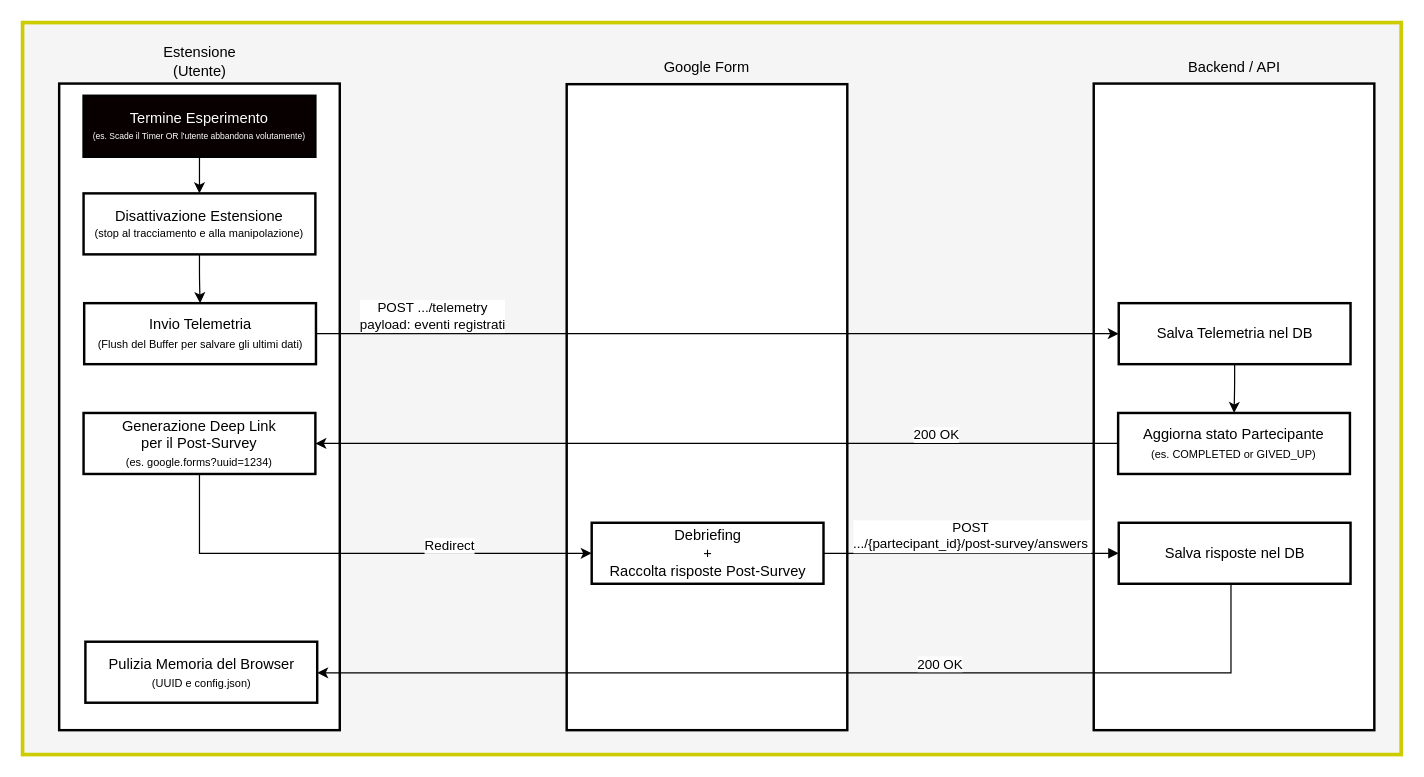
The draw.io diagram diagrams/deenrollment_flow.drawio in giamm025/iBEARer, before the edit. Source tidied: cells renumbered, new cells numbered last; positions are measured from the earlier drawing's top-left corner, leaving out a move shared by most shapes. Both pictures are drawn from the tidied source at 122%, with x=0, y=0 at pixel (22, 22).
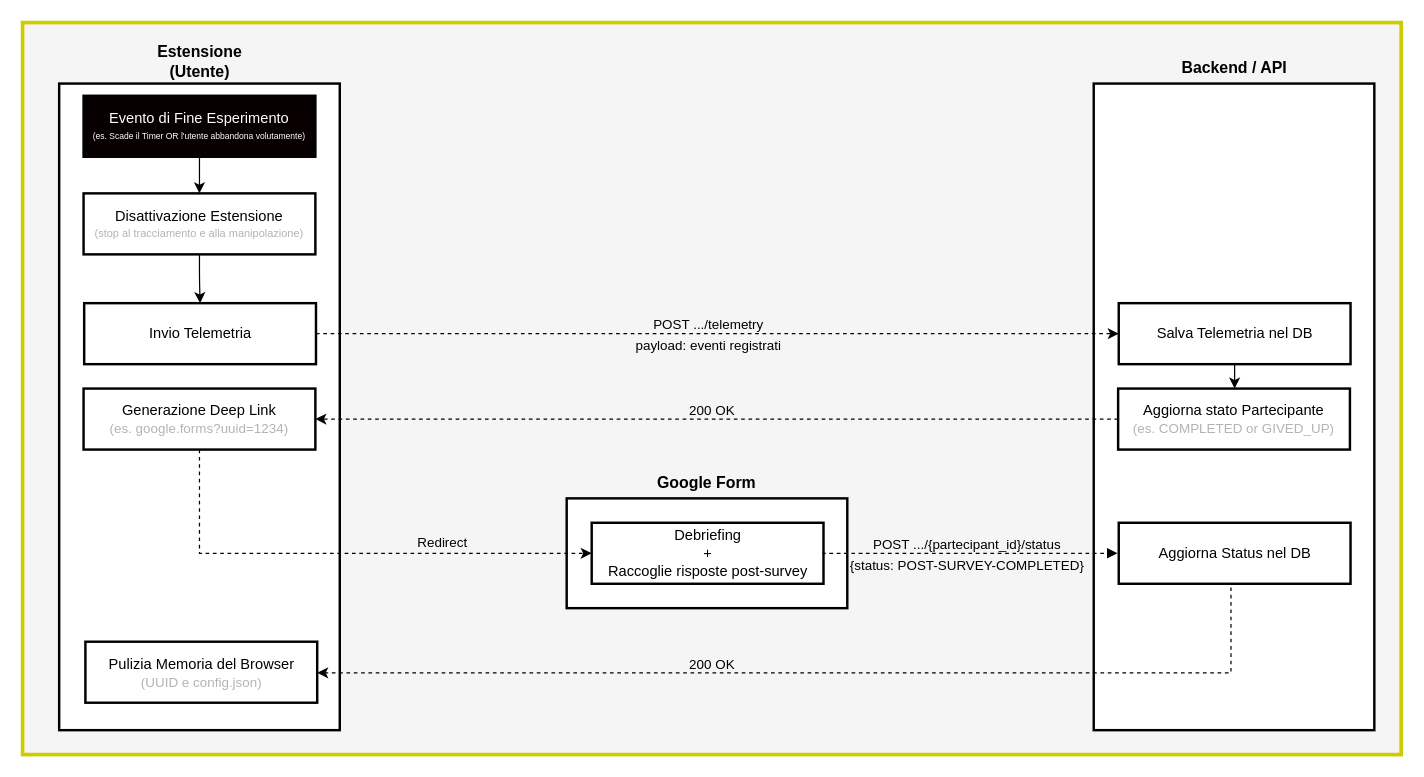
After the change.

Commit message (it also covers changes not shown here):
DIAG: Modifiche minori a deenrollment ed enrollment diagrams

The change refers to these unchanged cells:
```xml
<mxCell id="29" value="Salva Telemetria nel DB" style="whiteSpace=wrap;strokeWidth=2;rounded=0;" parent="1" vertex="1">
  <mxGeometry x="898.5" y="230" width="190" height="50" as="geometry" />
</mxCell>
```

Change to the diagram source:
```diff
@@
     <mxCell id="3" style="whiteSpace=wrap;strokeWidth=2;rounded=0;" parent="1" vertex="1">
-      <mxGeometry x="446" y="50.5" width="230" height="529.5" as="geometry" />
+      <mxGeometry x="446" y="390" width="230" height="90" as="geometry" />
     </mxCell>
@@
-    <mxCell id="5" value="Salva risposte nel DB" style="whiteSpace=wrap;strokeWidth=2;rounded=0;" parent="1" vertex="1">
+    <mxCell id="5" value="Aggiorna Status nel DB" style="whiteSpace=wrap;strokeWidth=2;rounded=0;" parent="1" vertex="1">
       <mxGeometry x="898.5" y="410" width="190" height="50" as="geometry" />
     </mxCell>
-    <mxCell id="6" value="Backend / API" style="text;html=1;whiteSpace=wrap;strokeColor=none;fillColor=none;align=center;verticalAlign=middle;rounded=0;" parent="1" vertex="1">
+    <mxCell id="6" value="&lt;b&gt;&lt;font style=&quot;font-size: 13px;&quot;&gt;Backend / API&lt;/font&gt;&lt;/b&gt;" style="text;html=1;whiteSpace=wrap;strokeColor=none;fillColor=none;align=center;verticalAlign=middle;rounded=0;" parent="1" vertex="1">
       <mxGeometry x="944.8" y="24" width="96.5" height="25.4" as="geometry" />
     </mxCell>
@@
-    <mxCell id="9" value="&lt;font style=&quot;font-size: 12px;&quot;&gt;Termine Esperimento&lt;/font&gt;&lt;br&gt;&lt;font style=&quot;font-size: 7px;&quot;&gt;(es. Scade il Timer OR l'utente abbandona volutamente)&lt;/font&gt;" style="whiteSpace=wrap;strokeWidth=2;fillColor=#080000;fontColor=#FFFFFF;rounded=0;fontSize=10;autosizeText=0;html=1;" parent="1" vertex="1">
+    <mxCell id="9" value="&lt;font style=&quot;font-size: 12px;&quot;&gt;Evento di Fine Esperimento&lt;/font&gt;&lt;br&gt;&lt;font style=&quot;font-size: 7px;&quot;&gt;(es. Scade il Timer OR l'utente abbandona volutamente)&lt;/font&gt;" style="whiteSpace=wrap;strokeWidth=2;fillColor=#080000;fontColor=#FFFFFF;rounded=0;fontSize=10;autosizeText=0;html=1;" parent="1" vertex="1">
       <mxGeometry x="50" y="60" width="190" height="50" as="geometry" />
     </mxCell>
-    <mxCell id="10" value="Estensione &lt;br&gt;(Utente)" style="text;html=1;whiteSpace=wrap;strokeColor=none;fillColor=none;align=center;verticalAlign=middle;rounded=0;" parent="1" vertex="1">
+    <mxCell id="10" value="&lt;font style=&quot;font-size: 13px;&quot;&gt;&lt;b&gt;Estensione &lt;br&gt;(Utente)&lt;/b&gt;&lt;/font&gt;" style="text;html=1;whiteSpace=wrap;strokeColor=none;fillColor=none;align=center;verticalAlign=middle;rounded=0;" parent="1" vertex="1">
       <mxGeometry x="72.5" y="16.5" width="145" height="30" as="geometry" />
     </mxCell>
@@
-    <mxCell id="12" value="&lt;font style=&quot;font-size: 12px;&quot;&gt;Disattivazione Estensione&lt;br&gt;&lt;/font&gt;&lt;font style=&quot;font-size: 9px;&quot;&gt;(stop al tracciamento e alla manipolazione)&lt;/font&gt;" style="whiteSpace=wrap;strokeWidth=2;rounded=0;fontSize=11;html=1;" parent="1" vertex="1">
+    <mxCell id="12" value="&lt;font style=&quot;font-size: 12px;&quot;&gt;Disattivazione Estensione&lt;br&gt;&lt;/font&gt;&lt;font style=&quot;font-size: 9px; color: rgb(179, 179, 179);&quot;&gt;(stop al tracciamento e alla manipolazione)&lt;/font&gt;" style="whiteSpace=wrap;strokeWidth=2;rounded=0;fontSize=11;html=1;" parent="1" vertex="1">
       <mxGeometry x="50" y="140" width="190" height="50" as="geometry" />
     </mxCell>
-    <mxCell id="13" style="jettySize=auto;html=1;entryX=0;entryY=0.5;entryDx=0;entryDy=0;" parent="1" edge="1" source="15" target="29">
+    <mxCell id="13" style="jettySize=auto;html=1;entryX=0;entryY=0.5;entryDx=0;entryDy=0;dashed=1;" parent="1" edge="1" source="15" target="29">
       <mxGeometry relative="1" as="geometry" />
     </mxCell>
-    <mxCell id="14" value="POST .../telemetry&lt;div&gt;payload: eventi registrati&lt;/div&gt;" style="edgeLabel;html=1;align=center;verticalAlign=middle;" parent="13" vertex="1">
+    <mxCell id="14" value="&lt;div style=&quot;line-height: 150%;&quot;&gt;POST .../telemetry&lt;div&gt;payload: eventi registrati&lt;/div&gt;&lt;/div&gt;" style="edgeLabel;html=1;align=center;verticalAlign=middle;labelBackgroundColor=none;" parent="13" vertex="1">
       <mxGeometry x="-0.8" relative="1" as="geometry">
-        <mxPoint x="29" y="-15" as="offset" />
+        <mxPoint x="255" as="offset" />
       </mxGeometry>
     </mxCell>
-    <mxCell id="15" value="&lt;font&gt;Invio Telemetria&lt;br&gt;&lt;/font&gt;&lt;font style=&quot;font-size: 9px;&quot;&gt;(Flush del Buffer per salvare gli ultimi dati)&lt;/font&gt;" style="whiteSpace=wrap;strokeWidth=2;rounded=0;html=1;" parent="1" vertex="1">
+    <mxCell id="15" value="&lt;font&gt;Invio Telemetria&lt;/font&gt;" style="whiteSpace=wrap;strokeWidth=2;rounded=0;html=1;" parent="1" vertex="1">
       <mxGeometry x="50.5" y="230" width="190" height="50" as="geometry" />
     </mxCell>
-    <mxCell id="16" style="edgeStyle=orthogonalEdgeStyle;rounded=0;jettySize=auto;html=1;entryX=0;entryY=0.5;entryDx=0;entryDy=0;" parent="1" edge="1" source="18" target="21">
+    <mxCell id="16" style="edgeStyle=orthogonalEdgeStyle;rounded=0;jettySize=auto;html=1;entryX=0;entryY=0.5;entryDx=0;entryDy=0;dashed=1;" parent="1" edge="1" source="18" target="21">
       <mxGeometry relative="1" as="geometry">
         <Array as="points">
           <mxPoint x="145" y="435" />
         </Array>
       </mxGeometry>
     </mxCell>
-    <mxCell id="17" value="Redirect" style="edgeLabel;html=1;align=center;verticalAlign=middle;" parent="16" vertex="1">
+    <mxCell id="17" value="Redirect" style="edgeLabel;html=1;align=center;verticalAlign=middle;labelBackgroundColor=none;" parent="16" vertex="1">
       <mxGeometry x="0.39" relative="1" as="geometry">
-        <mxPoint y="-7" as="offset" />
+        <mxPoint y="-10" as="offset" />
       </mxGeometry>
     </mxCell>
-    <mxCell id="18" value="Generazione Deep Link&lt;br&gt;per il Post-Survey&lt;br&gt;&lt;font style=&quot;font-size: 9px;&quot;&gt;(es. google.forms?uuid=1234)&lt;/font&gt;" style="whiteSpace=wrap;strokeWidth=2;rounded=0;html=1;" parent="1" vertex="1">
-      <mxGeometry x="50" y="320" width="190" height="50" as="geometry" />
+    <mxCell id="18" value="Generazione Deep Link&lt;br&gt;&lt;font style=&quot;color: rgb(179, 179, 179); font-size: 11px;&quot;&gt;(es. google.forms?uuid=1234)&lt;/font&gt;" style="whiteSpace=wrap;strokeWidth=2;rounded=0;html=1;" parent="1" vertex="1">
+      <mxGeometry x="50" y="300" width="190" height="50" as="geometry" />
     </mxCell>
-    <mxCell id="19" value="&lt;font style=&quot;&quot;&gt;Pulizia Memoria del Browser&lt;br&gt;&lt;/font&gt;&lt;font style=&quot;font-size: 9px;&quot;&gt;(UUID e config.json)&lt;/font&gt;" style="whiteSpace=wrap;strokeWidth=2;rounded=0;html=1;" parent="1" vertex="1">
+    <mxCell id="19" value="&lt;font style=&quot;&quot;&gt;Pulizia Memoria del Browser&lt;br&gt;&lt;/font&gt;&lt;font style=&quot;font-size: 11px; color: rgb(179, 179, 179);&quot;&gt;(UUID e config.json)&lt;/font&gt;" style="whiteSpace=wrap;strokeWidth=2;rounded=0;html=1;" parent="1" vertex="1">
       <mxGeometry x="51.5" y="507.5" width="190" height="50" as="geometry" />
     </mxCell>
-    <mxCell id="20" value="&lt;span style=&quot;color: rgb(0, 0, 0); font-family: Helvetica; font-size: 12px; font-style: normal; font-variant-ligatures: normal; font-variant-caps: normal; font-weight: 400; letter-spacing: normal; orphans: 2; text-align: center; text-indent: 0px; text-transform: none; widows: 2; word-spacing: 0px; -webkit-text-stroke-width: 0px; white-space: normal; text-decoration-thickness: initial; text-decoration-style: initial; text-decoration-color: initial; float: none; display: inline !important;&quot;&gt;Google Form&lt;/span&gt;" style="text;html=1;whiteSpace=wrap;strokeColor=none;fillColor=none;align=center;verticalAlign=middle;rounded=0;labelBackgroundColor=none;" parent="1" vertex="1">
-      <mxGeometry x="507.2" y="24" width="107.6" height="26.5" as="geometry" />
+    <mxCell id="20" value="&lt;span style=&quot;color: rgb(0, 0, 0); font-family: Helvetica; font-style: normal; font-variant-ligatures: normal; font-variant-caps: normal; letter-spacing: normal; orphans: 2; text-align: center; text-indent: 0px; text-transform: none; widows: 2; word-spacing: 0px; -webkit-text-stroke-width: 0px; white-space: normal; text-decoration-thickness: initial; text-decoration-style: initial; text-decoration-color: initial; float: none; display: inline !important;&quot;&gt;&lt;b style=&quot;&quot;&gt;&lt;font style=&quot;font-size: 13px;&quot;&gt;Google Form&lt;/font&gt;&lt;/b&gt;&lt;/span&gt;" style="text;html=1;whiteSpace=wrap;strokeColor=none;fillColor=none;align=center;verticalAlign=middle;rounded=0;labelBackgroundColor=none;" parent="1" vertex="1">
+      <mxGeometry x="507.2" y="363.5" width="107.6" height="26.5" as="geometry" />
     </mxCell>
-    <mxCell id="21" value="Debriefing&#10;+&#10;Raccolta risposte Post-Survey" style="whiteSpace=wrap;strokeWidth=2;rounded=0;" parent="1" vertex="1">
+    <mxCell id="21" value="Debriefing&#10;+&#10;Raccoglie risposte post-survey" style="whiteSpace=wrap;strokeWidth=2;rounded=0;" parent="1" vertex="1">
       <mxGeometry x="466.5" y="410" width="190" height="50" as="geometry" />
     </mxCell>
-    <mxCell id="22" style="edgeStyle=orthogonalEdgeStyle;rounded=0;jettySize=auto;html=1;exitX=0.5;exitY=1;exitDx=0;exitDy=0;" parent="1" edge="1" source="5" target="19">
+    <mxCell id="22" style="edgeStyle=orthogonalEdgeStyle;rounded=0;jettySize=auto;html=1;exitX=0.5;exitY=1;exitDx=0;exitDy=0;dashed=1;" parent="1" edge="1" source="5" target="19">
       <mxGeometry relative="1" as="geometry">
         <Array as="points">
           <mxPoint x="990.5" y="460" />
           <mxPoint x="990.5" y="533" />
         </Array>
       </mxGeometry>
     </mxCell>
-    <mxCell id="23" value="200 OK" style="edgeLabel;html=1;align=center;verticalAlign=middle;rounded=0;" parent="22" vertex="1">
+    <mxCell id="23" value="200 OK" style="edgeLabel;html=1;align=center;verticalAlign=middle;rounded=0;labelBackgroundColor=none;" parent="22" vertex="1">
       <mxGeometry x="-0.31" y="2" relative="1" as="geometry">
-        <mxPoint x="-30" y="-10" as="offset" />
+        <mxPoint x="-217" y="-10" as="offset" />
       </mxGeometry>
     </mxCell>
-    <mxCell id="24" value="POST &#10;.../{partecipant_id}/post-survey/answers" style="curved=1;startArrow=none;endArrow=block;exitX=1;exitY=0.5;entryX=0;entryY=0.5;rounded=0;entryDx=0;entryDy=0;exitDx=0;exitDy=0;" parent="1" edge="1" source="21" target="5">
-      <mxGeometry y="15" relative="1" as="geometry" />
+    <mxCell id="24" style="curved=1;startArrow=none;endArrow=block;exitX=1;exitY=0.5;entryX=0;entryY=0.5;rounded=0;entryDx=0;entryDy=0;exitDx=0;exitDy=0;labelBackgroundColor=none;dashed=1;" parent="1" edge="1">
+      <mxGeometry x="0.19" y="5" relative="1" as="geometry">
+        <mxPoint x="655.5" y="435" as="sourcePoint" />
+        <mxPoint x="897.5" y="435" as="targetPoint" />
+      </mxGeometry>
     </mxCell>
+    <mxCell id="30" value="&lt;span style=&quot;line-height: 150%;&quot;&gt;POST .../{partecipant_id}/status&lt;/span&gt;&lt;div&gt;&lt;span style=&quot;line-height: 150%;&quot;&gt;{status: POST-SURVEY-COMPLETED}&lt;/span&gt;&lt;/div&gt;" style="edgeLabel;html=1;align=center;verticalAlign=middle;fontFamily=Helvetica;fontSize=11;fontColor=default;labelBackgroundColor=none;" parent="24" vertex="1">
+      <mxGeometry x="-0.04" relative="1" as="geometry">
+        <mxPoint x="2" as="offset" />
+      </mxGeometry>
+    </mxCell>
-    <mxCell id="25" style="edgeStyle=orthogonalEdgeStyle;jettySize=auto;html=1;entryX=1;entryY=0.5;entryDx=0;entryDy=0;" parent="1" edge="1" source="27" target="18">
+    <mxCell id="25" style="edgeStyle=orthogonalEdgeStyle;jettySize=auto;html=1;entryX=1;entryY=0.5;entryDx=0;entryDy=0;dashed=1;" parent="1" edge="1" source="27" target="18">
       <mxGeometry relative="1" as="geometry" />
     </mxCell>
-    <mxCell id="26" value="200 OK" style="edgeLabel;html=1;align=center;verticalAlign=middle;" parent="25" vertex="1">
+    <mxCell id="26" value="200 OK" style="edgeLabel;html=1;align=center;verticalAlign=middle;labelBackgroundColor=none;" parent="25" vertex="1">
       <mxGeometry x="0.27" y="-1" relative="1" as="geometry">
-        <mxPoint x="268" y="-7" as="offset" />
+        <mxPoint x="84" y="-7" as="offset" />
       </mxGeometry>
     </mxCell>
-    <mxCell id="27" value="Aggiorna stato Partecipante&lt;br&gt;&lt;font style=&quot;font-size: 9px;&quot;&gt;(es. COMPLETED or GIVED_UP)&lt;/font&gt;" style="whiteSpace=wrap;strokeWidth=2;rounded=0;html=1;" parent="1" vertex="1">
-      <mxGeometry x="898" y="320" width="190" height="50" as="geometry" />
+    <mxCell id="27" value="Aggiorna stato Partecipante&lt;br&gt;&lt;font style=&quot;font-size: 11px; color: rgb(179, 179, 179);&quot;&gt;(es. COMPLETED or GIVED_UP)&lt;/font&gt;" style="whiteSpace=wrap;strokeWidth=2;rounded=0;html=1;" parent="1" vertex="1">
+      <mxGeometry x="898" y="300" width="190" height="50" as="geometry" />
     </mxCell>
```
